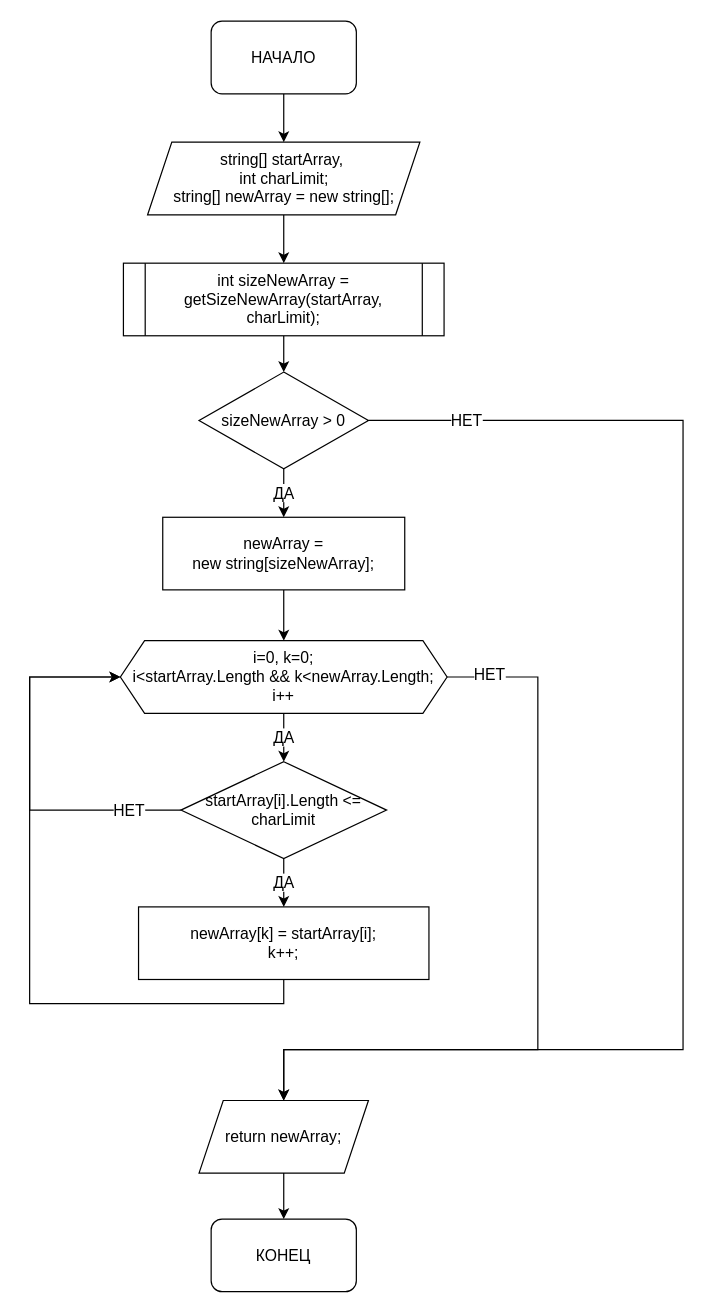
Above: Algorytm/getNewArray.drawio in jokerjam-s/GB_ControlWork_001 (draw.io), before the change. Source tidied: cells renumbered, new cells numbered last; positions are measured from the earlier drawing's top-left corner, leaving out a move shared by most shapes. Both pictures are drawn from the tidied source at 121%, with x=0, y=0 at pixel (29, 21).
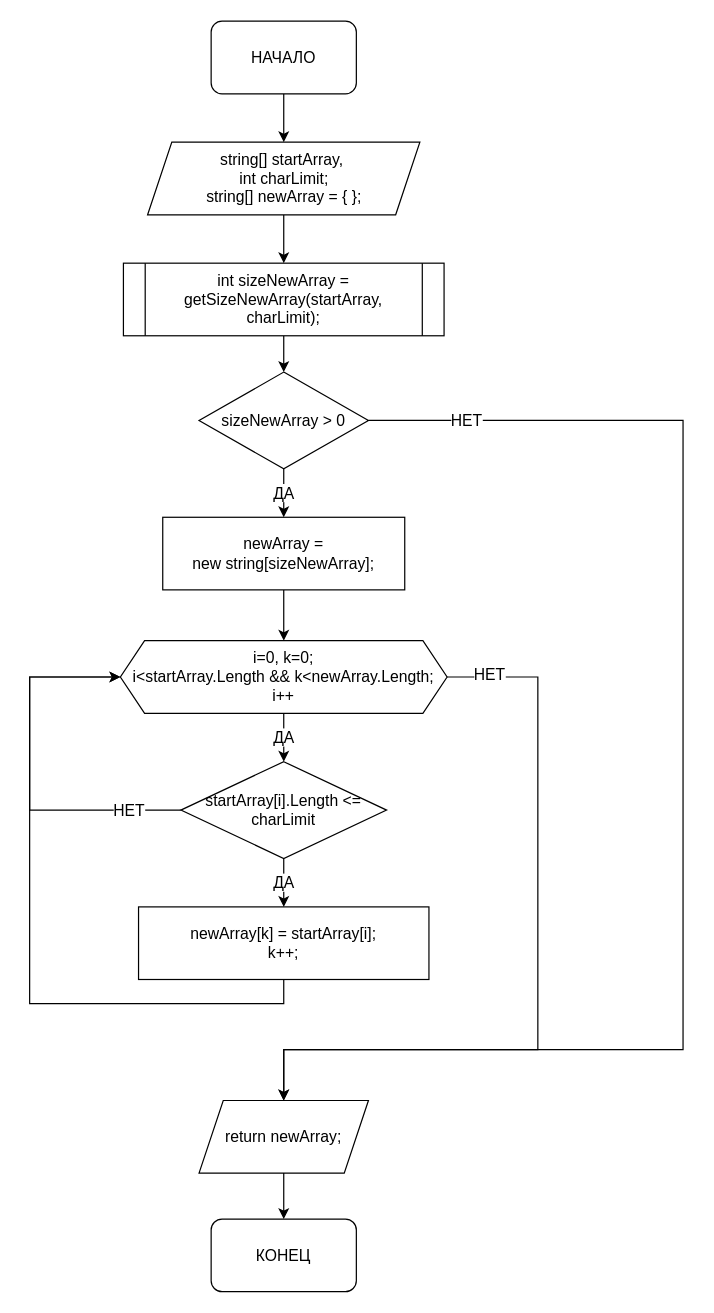
The same diagram, later.

Change to the diagram source:
```diff
@@
-    <mxCell id="5" value="string[] startArray,&amp;nbsp;&lt;br style=&quot;font-size: 13px;&quot;&gt;int charLimit;&lt;br&gt;string[] newArray = new string[];" style="shape=parallelogram;perimeter=parallelogramPerimeter;whiteSpace=wrap;html=1;fixedSize=1;fontSize=13;" parent="1" vertex="1">
+    <mxCell id="5" value="string[] startArray,&amp;nbsp;&lt;br style=&quot;font-size: 13px;&quot;&gt;int charLimit;&lt;br&gt;string[] newArray = { };" style="shape=parallelogram;perimeter=parallelogramPerimeter;whiteSpace=wrap;html=1;fixedSize=1;fontSize=13;" parent="1" vertex="1">
       <mxGeometry x="97.5" y="100" width="225" height="60" as="geometry" />
     </mxCell>
```
